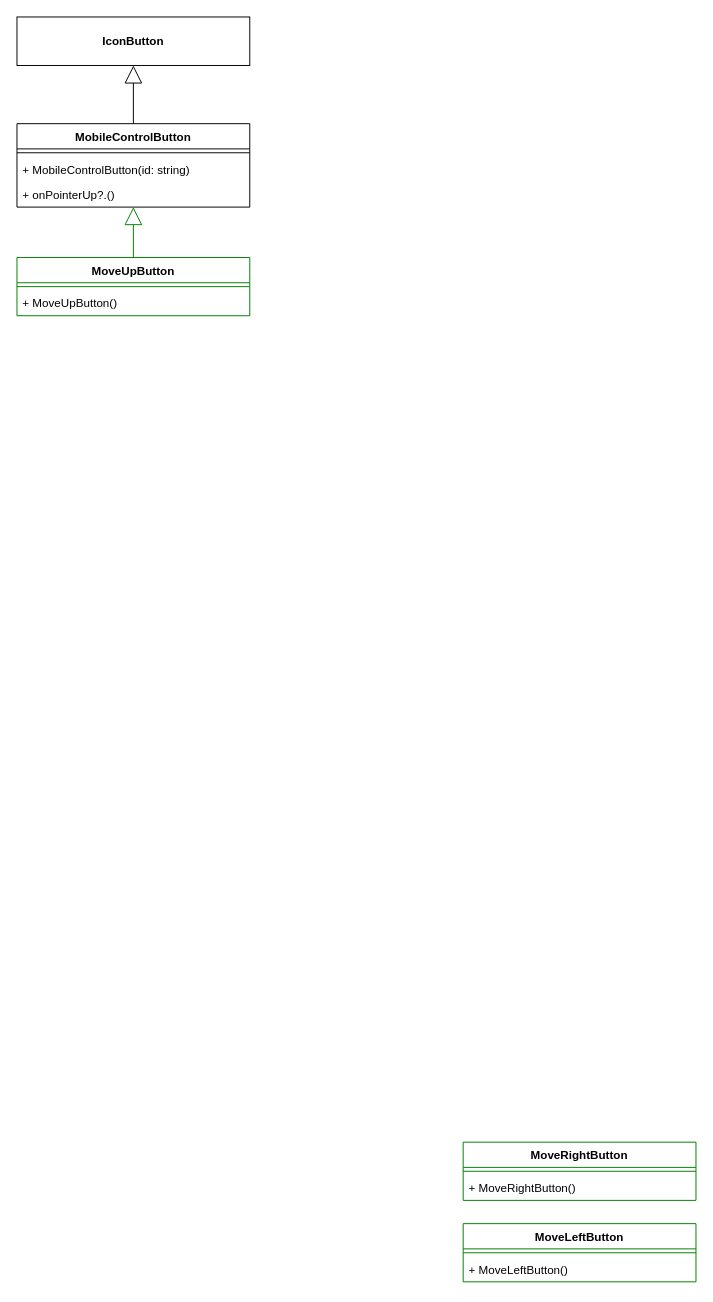
This is docs/issue/98-diagram.drawio from elma1989/sharkie, a draw.io file, before an edit. Source tidied: cells renumbered, new cells numbered last; positions are measured from the earlier drawing's top-left corner, leaving out a move shared by most shapes. Both pictures are drawn from the tidied source at 97%, with x=0, y=0 at pixel (16, 16).
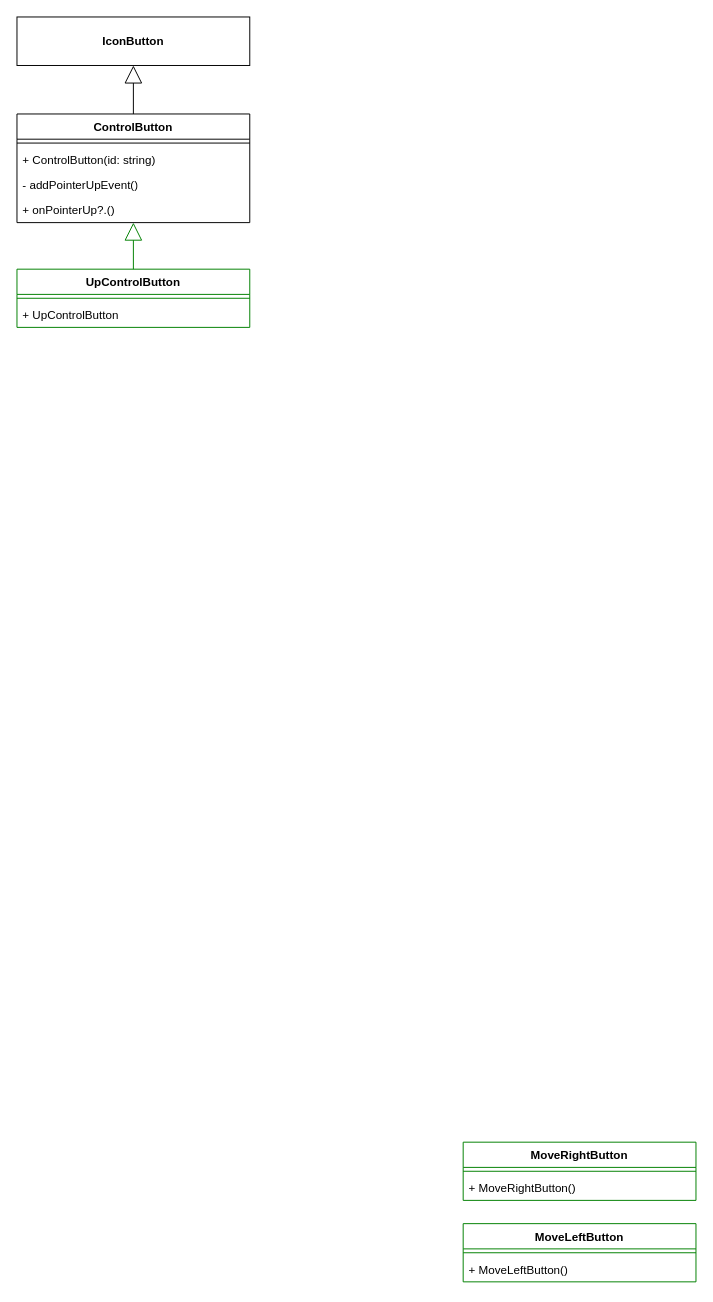
The same page after the edit.

The edit, as a diff of the source:
```diff
@@
 <mxGraphModel>
   <root>
     <mxCell id="0" />
     <mxCell id="1" parent="0" />
     <mxCell id="2" value="IconButton" style="html=1;whiteSpace=wrap;fontStyle=1;" parent="1" vertex="1">
       <mxGeometry width="240" height="50" as="geometry" />
     </mxCell>
-    <mxCell id="3" value="MobileControlButton" style="swimlane;fontStyle=1;align=center;verticalAlign=top;horizontal=1;startSize=26;whiteSpace=wrap;html=1;" parent="1" vertex="1">
-      <mxGeometry y="110" width="240" height="86" as="geometry" />
-    </mxCell>
-    <mxCell id="4" style="line;strokeWidth=1;fillColor=none;align=left;verticalAlign=middle;spacingTop=-1;spacingLeft=3;spacingRight=3;labelPosition=right;strokeColor=inherit;" parent="3" vertex="1">
-      <mxGeometry y="26" width="240" height="8" as="geometry" />
-    </mxCell>
-    <mxCell id="5" value="+ MobileControlButton(id: string)" style="text;strokeColor=none;fillColor=none;align=left;verticalAlign=top;spacingLeft=4;spacingRight=4;overflow=hidden;whiteSpace=wrap;html=1;" parent="3" vertex="1">
-      <mxGeometry y="34" width="240" height="26" as="geometry" />
-    </mxCell>
-    <mxCell id="6" value="+ onPointerUp?.()" style="text;strokeColor=none;fillColor=none;align=left;verticalAlign=top;spacingLeft=4;spacingRight=4;overflow=hidden;whiteSpace=wrap;html=1;" parent="3" vertex="1">
-      <mxGeometry y="60" width="240" height="26" as="geometry" />
-    </mxCell>
-    <mxCell id="7" style="endArrow=block;endSize=16;endFill=0;html=1;rounded=0;strokeColor=default;" parent="1" edge="1" source="3" target="2">
+    <mxCell id="7" style="endArrow=block;endSize=16;endFill=0;html=1;rounded=0;strokeColor=default;" parent="1" edge="1" source="18" target="2">
       <mxGeometry relative="1" as="geometry" />
     </mxCell>
-    <mxCell id="8" value="MoveUpButton" style="swimlane;fontStyle=1;align=center;verticalAlign=top;horizontal=1;startSize=26;whiteSpace=wrap;html=1;strokeColor=light-dark(#008000,#80FF80);" parent="1" vertex="1">
-      <mxGeometry y="248" width="240" height="60" as="geometry" />
+    <mxCell id="8" value="UpControlButton" style="swimlane;fontStyle=1;align=center;verticalAlign=top;horizontal=1;startSize=26;whiteSpace=wrap;html=1;strokeColor=light-dark(#008000,#80FF80);" parent="1" vertex="1">
+      <mxGeometry y="260" width="240" height="60" as="geometry" />
     </mxCell>
     <mxCell id="9" style="line;strokeWidth=1;fillColor=none;align=left;verticalAlign=middle;spacingTop=-1;spacingLeft=3;spacingRight=3;labelPosition=right;strokeColor=inherit;" parent="8" vertex="1">
       <mxGeometry y="26" width="240" height="8" as="geometry" />
     </mxCell>
-    <mxCell id="10" value="+ MoveUpButton()" style="text;strokeColor=none;fillColor=none;align=left;verticalAlign=top;spacingLeft=4;spacingRight=4;overflow=hidden;whiteSpace=wrap;html=1;" parent="8" vertex="1">
+    <mxCell id="10" value="+ UpControlButton" style="text;strokeColor=none;fillColor=none;align=left;verticalAlign=top;spacingLeft=4;spacingRight=4;overflow=hidden;whiteSpace=wrap;html=1;" parent="8" vertex="1">
       <mxGeometry y="34" width="240" height="26" as="geometry" />
     </mxCell>
-    <mxCell id="11" style="endArrow=block;endSize=16;endFill=0;html=1;rounded=0;strokeColor=light-dark(#008000,#80FF80);" parent="1" edge="1" source="8" target="3">
+    <mxCell id="11" style="endArrow=block;endSize=16;endFill=0;html=1;rounded=0;strokeColor=light-dark(#008000,#80FF80);" parent="1" edge="1" source="8" target="18">
       <mxGeometry relative="1" as="geometry" />
     </mxCell>
     <mxCell id="12" value="MoveRightButton" style="swimlane;fontStyle=1;align=center;verticalAlign=top;horizontal=1;startSize=26;whiteSpace=wrap;html=1;strokeColor=light-dark(#008000,#80FF80);" parent="1" vertex="1">
       <mxGeometry x="460" y="1160" width="240" height="60" as="geometry" />
     </mxCell>
     <mxCell id="13" style="line;strokeWidth=1;fillColor=none;align=left;verticalAlign=middle;spacingTop=-1;spacingLeft=3;spacingRight=3;labelPosition=right;strokeColor=inherit;" parent="12" vertex="1">
       <mxGeometry y="26" width="240" height="8" as="geometry" />
     </mxCell>
     <mxCell id="14" value="+ MoveRightButton()" style="text;strokeColor=none;fillColor=none;align=left;verticalAlign=top;spacingLeft=4;spacingRight=4;overflow=hidden;whiteSpace=wrap;html=1;" parent="12" vertex="1">
       <mxGeometry y="34" width="240" height="26" as="geometry" />
     </mxCell>
     <mxCell id="15" value="MoveLeftButton" style="swimlane;fontStyle=1;align=center;verticalAlign=top;horizontal=1;startSize=26;whiteSpace=wrap;html=1;strokeColor=light-dark(#008000,#80FF80);" parent="1" vertex="1">
       <mxGeometry x="460" y="1244" width="240" height="60" as="geometry" />
     </mxCell>
     <mxCell id="16" style="line;strokeWidth=1;fillColor=none;align=left;verticalAlign=middle;spacingTop=-1;spacingLeft=3;spacingRight=3;labelPosition=right;strokeColor=inherit;" parent="15" vertex="1">
       <mxGeometry y="26" width="240" height="8" as="geometry" />
     </mxCell>
     <mxCell id="17" value="+ MoveLeftButton()" style="text;strokeColor=none;fillColor=none;align=left;verticalAlign=top;spacingLeft=4;spacingRight=4;overflow=hidden;whiteSpace=wrap;html=1;" parent="15" vertex="1">
       <mxGeometry y="34" width="240" height="26" as="geometry" />
     </mxCell>
+    <mxCell id="18" value="ControlButton" style="swimlane;fontStyle=1;align=center;verticalAlign=top;horizontal=1;startSize=26;whiteSpace=wrap;html=1;" parent="1" vertex="1">
+      <mxGeometry y="100" width="240" height="112" as="geometry" />
+    </mxCell>
+    <mxCell id="4" style="line;strokeWidth=1;fillColor=none;align=left;verticalAlign=middle;spacingTop=-1;spacingLeft=3;spacingRight=3;labelPosition=right;strokeColor=inherit;" parent="18" vertex="1">
+      <mxGeometry y="26" width="240" height="8" as="geometry" />
+    </mxCell>
+    <mxCell id="19" value="+ ControlButton(id: string)" style="text;strokeColor=none;fillColor=none;align=left;verticalAlign=top;spacingLeft=4;spacingRight=4;overflow=hidden;whiteSpace=wrap;html=1;" parent="18" vertex="1">
+      <mxGeometry y="34" width="240" height="26" as="geometry" />
+    </mxCell>
+    <mxCell id="20" value="- addPointerUpEvent()" style="text;strokeColor=none;fillColor=none;align=left;verticalAlign=top;spacingLeft=4;spacingRight=4;overflow=hidden;whiteSpace=wrap;html=1;" parent="18" vertex="1">
+      <mxGeometry y="60" width="240" height="26" as="geometry" />
+    </mxCell>
+    <mxCell id="6" value="+ onPointerUp?.()" style="text;strokeColor=none;fillColor=none;align=left;verticalAlign=top;spacingLeft=4;spacingRight=4;overflow=hidden;whiteSpace=wrap;html=1;" parent="18" vertex="1">
+      <mxGeometry y="86" width="240" height="26" as="geometry" />
+    </mxCell>
   </root>
 </mxGraphModel>
```
